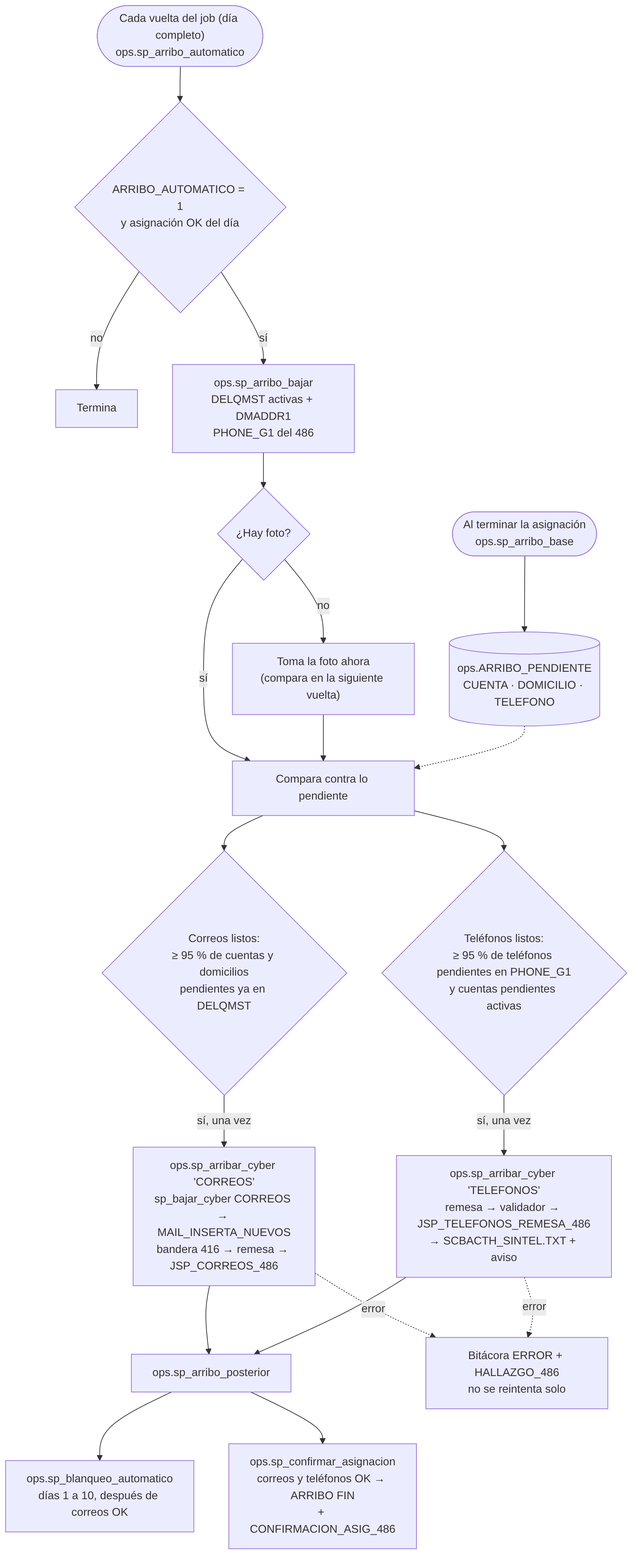
Above: docs/flujo/img/05_arribo_cyber.png in 0marMF/Banbaj (Mermaid), before the change. Its source is kept beside it as docs/flujo/mmd/05_arribo_cyber.mmd.
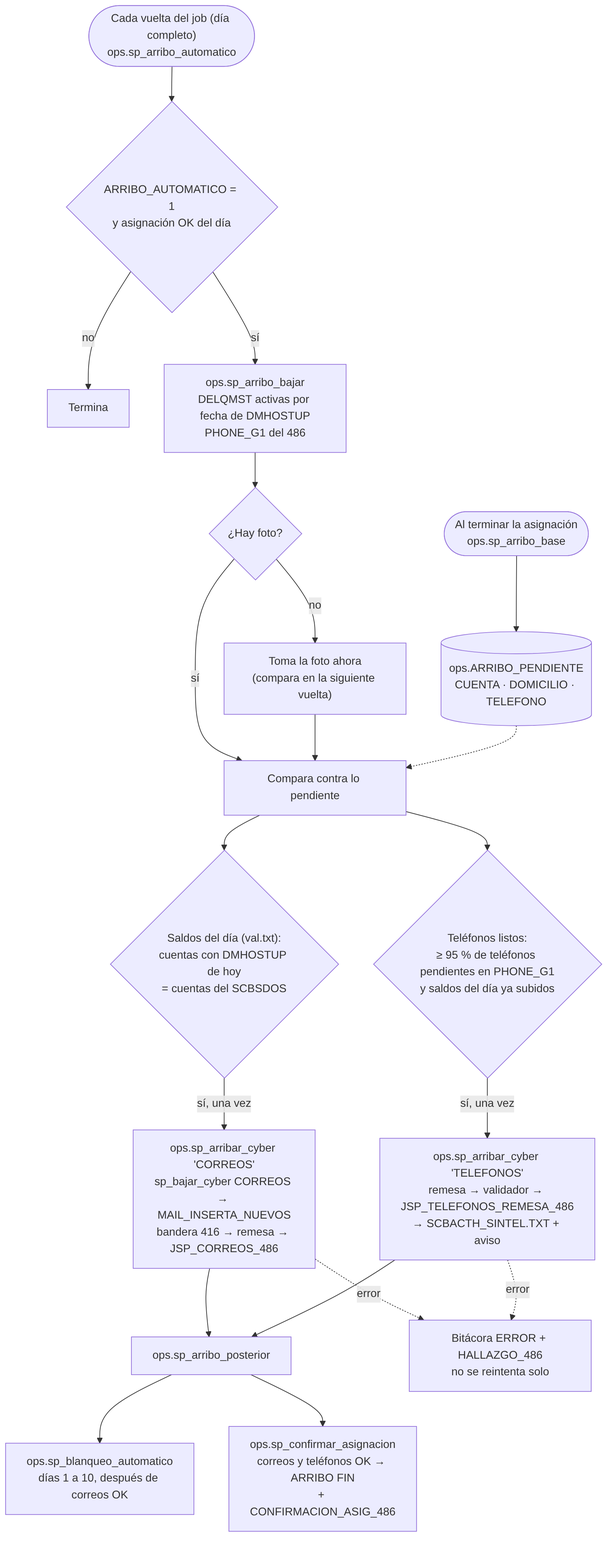
The same file after the commit.

Diff of the diagram source:
```diff
@@ -2,15 +2,15 @@
     B0(["Al terminar la asignación<br/>ops.sp_arribo_base"]) --> B1[("ops.ARRIBO_PENDIENTE<br/>CUENTA · DOMICILIO · TELEFONO")]
     J(["Cada vuelta del job (día completo)<br/>ops.sp_arribo_automatico"]) --> J1{"ARRIBO_AUTOMATICO = 1<br/>y asignación OK del día"}
     J1 -- no --> JX["Termina"]
-    J1 -- sí --> J2["ops.sp_arribo_bajar<br/>DELQMST activas + DMADDR1<br/>PHONE_G1 del 486"]
+    J1 -- sí --> J2["ops.sp_arribo_bajar<br/>DELQMST activas por fecha de DMHOSTUP<br/>PHONE_G1 del 486"]
     J2 --> J3{"¿Hay foto?"}
     J3 -- no --> J4["Toma la foto ahora<br/>(compara en la siguiente vuelta)"]
     J3 -- sí --> J5
     J4 --> J5["Compara contra lo pendiente"]
     B1 -.-> J5
-    J5 --> C1{"Correos listos:<br/>≥ 95 % de cuentas y domicilios<br/>pendientes ya en DELQMST"}
+    J5 --> C1{"Saldos del día (val.txt):<br/>cuentas con DMHOSTUP de hoy<br/>= cuentas del SCBSDOS"}
     C1 -- sí, una vez --> C2["ops.sp_arribar_cyber 'CORREOS'<br/>sp_bajar_cyber CORREOS → MAIL_INSERTA_NUEVOS<br/>bandera 416 → remesa → JSP_CORREOS_486"]
-    J5 --> T1{"Teléfonos listos:<br/>≥ 95 % de teléfonos pendientes en PHONE_G1<br/>y cuentas pendientes activas"}
+    J5 --> T1{"Teléfonos listos:<br/>≥ 95 % de teléfonos pendientes en PHONE_G1<br/>y saldos del día ya subidos"}
     T1 -- sí, una vez --> T2["ops.sp_arribar_cyber 'TELEFONOS'<br/>remesa → validador → JSP_TELEFONOS_REMESA_486<br/>→ SCBACTH_SINTEL.TXT + aviso"]
     C2 --> P["ops.sp_arribo_posterior"]
     T2 --> P
```
